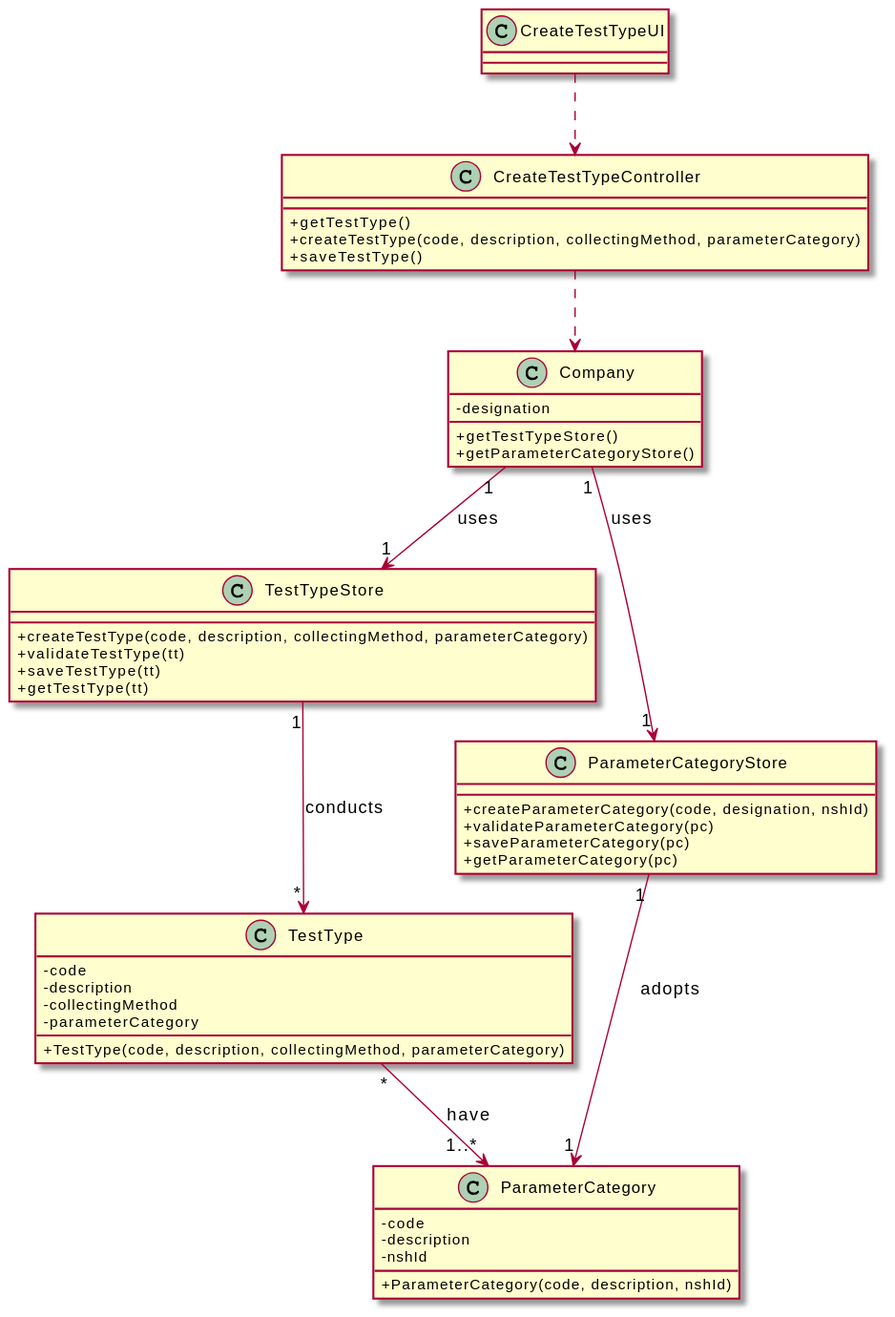
Before: docs/SprintB/US_9/UC9_CD.svg, a diagram exported from PlantUML (RuiRioPina/LAPR2-20-21).
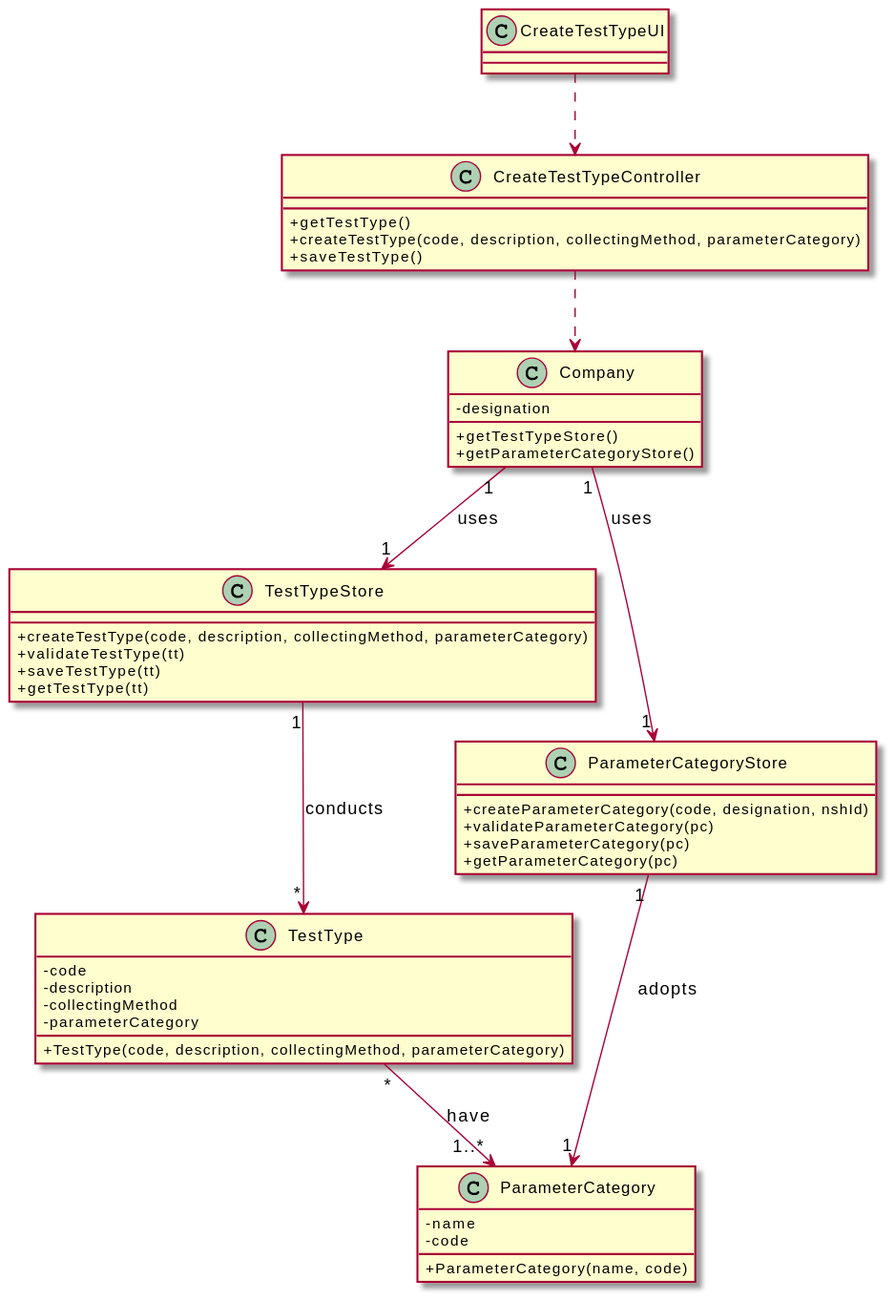
The same file after the commit.

Diff of the diagram source:
```diff
@@ -31,10 +31,9 @@
 }
 
 class ParameterCategory {
+  -name
   -code
-  -description
-  -nshId
-  +ParameterCategory(code, description, nshId)
+  +ParameterCategory(name, code)
 }
 
 class CreateTestTypeUI {
```
